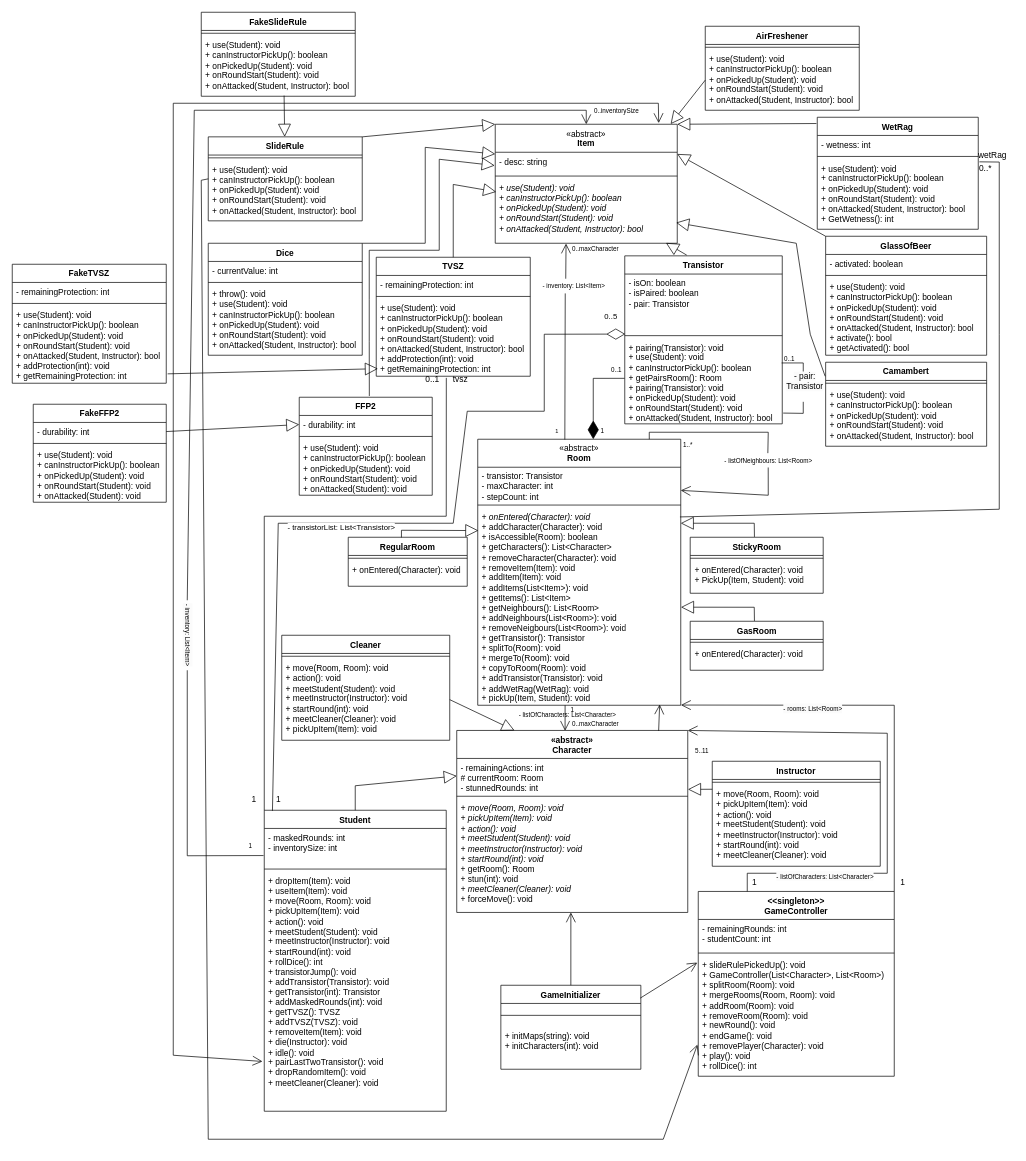
Above: Beadások/6. Beadás/Változás-Class Diagram.drawio in XanleR/U.B.R.---Projlab-2024 (draw.io), before the change. Source tidied: cells renumbered, new cells numbered last; positions are measured from the earlier drawing's top-left corner, leaving out a move shared by most shapes. Both pictures are drawn from the tidied source at 70%, with x=0, y=0 at pixel (12, 12).
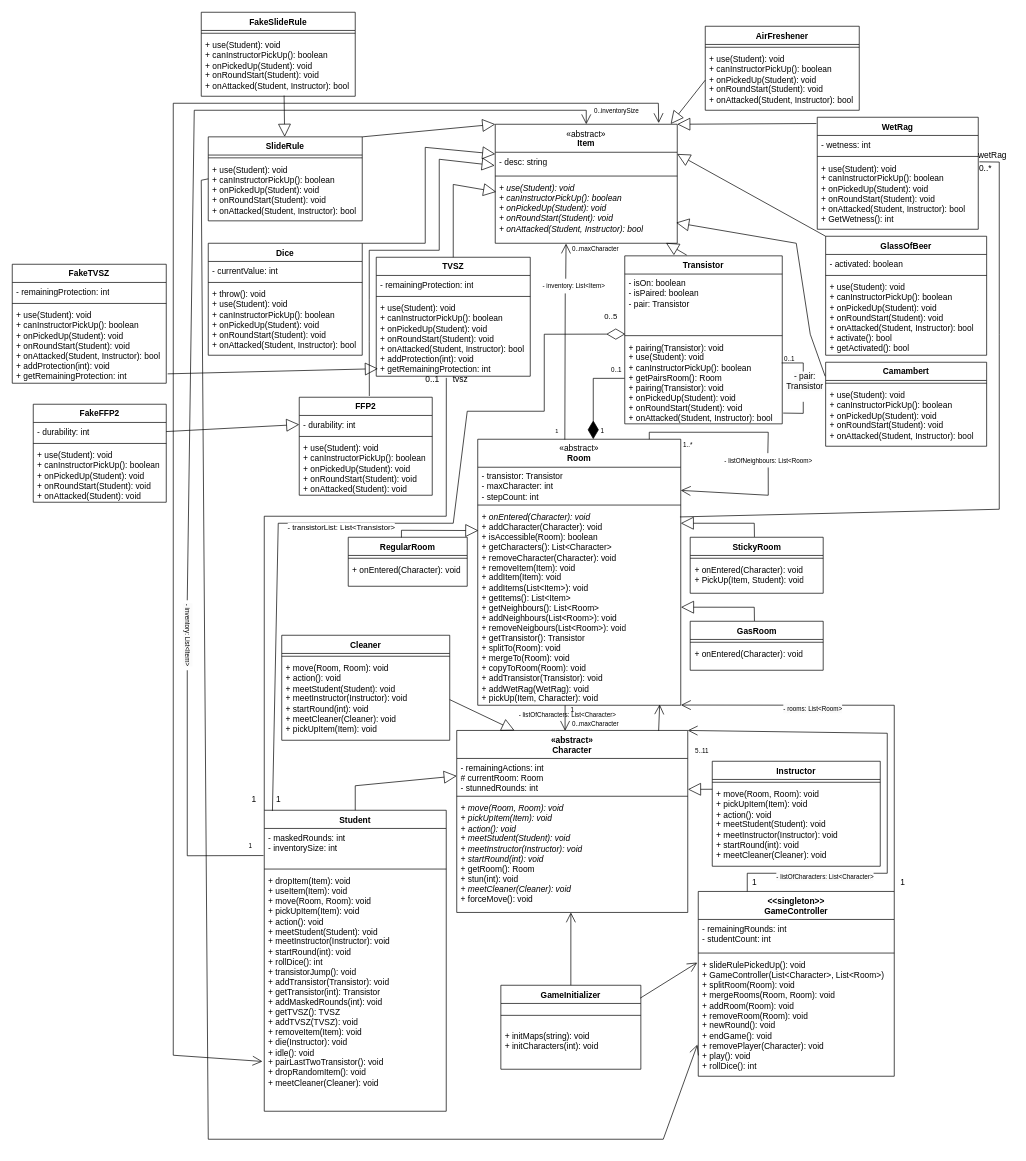
The same diagram, later.

The change refers to these unchanged cells:
```xml
<mxCell id="58" value="&lt;div&gt;&lt;span style=&quot;font-weight: 400;&quot;&gt;«abstract»&lt;/span&gt;&lt;br&gt;&lt;/div&gt;Room" style="swimlane;fontStyle=1;align=center;verticalAlign=top;horizontal=1;startSize=40;whiteSpace=wrap;html=1;" parent="1" vertex="1">
  <mxGeometry x="665" y="610" width="290" height="380" as="geometry" />
</mxCell>
```

What changed in the source:
```diff
@@
-    <mxCell id="61" value="&lt;div&gt;&lt;i style=&quot;background-color: initial;&quot;&gt;+&amp;nbsp;onEntered(Character): void&lt;/i&gt;&lt;br&gt;&lt;/div&gt;+ addCharacter(Character): void&lt;div&gt;+&lt;span style=&quot;background-color: initial; text-align: center;&quot;&gt;&amp;nbsp;isAccessible(Room): boolean&lt;/span&gt;&lt;/div&gt;&lt;div&gt;&lt;span style=&quot;background-color: initial; text-align: center;&quot;&gt;+&lt;/span&gt;&lt;span style=&quot;background-color: initial; text-align: center;&quot;&gt;&amp;nbsp;getCharacters(): List&amp;lt;Character&amp;gt;&lt;/span&gt;&lt;/div&gt;&lt;div&gt;&lt;span style=&quot;background-color: initial; text-align: center;&quot;&gt;+&lt;/span&gt;&lt;span style=&quot;background-color: initial; text-align: center;&quot;&gt;&amp;nbsp;removeCharacter(Character): void&lt;/span&gt;&lt;/div&gt;&lt;div&gt;&lt;span style=&quot;background-color: initial; text-align: center;&quot;&gt;+&amp;nbsp;&lt;/span&gt;&lt;span style=&quot;background-color: initial; text-align: center;&quot;&gt;removeItem(Item): void&lt;/span&gt;&lt;/div&gt;&lt;div&gt;&lt;span style=&quot;background-color: initial; text-align: center;&quot;&gt;+&amp;nbsp;&lt;/span&gt;&lt;span style=&quot;background-color: initial; text-align: center;&quot;&gt;addItem(Item): void&lt;/span&gt;&lt;/div&gt;&lt;div&gt;&lt;span style=&quot;background-color: initial; text-align: center;&quot;&gt;+&amp;nbsp;&lt;/span&gt;&lt;span style=&quot;background-color: initial; text-align: center;&quot;&gt;addItems(List&amp;lt;Item&amp;gt;): void&lt;/span&gt;&lt;/div&gt;&lt;div&gt;&lt;span style=&quot;background-color: initial; text-align: center;&quot;&gt;+&amp;nbsp;&lt;/span&gt;&lt;span style=&quot;background-color: initial; text-align: center;&quot;&gt;getItems(): List&amp;lt;Item&amp;gt;&lt;/span&gt;&lt;/div&gt;&lt;div&gt;&lt;span style=&quot;background-color: initial; text-align: center;&quot;&gt;+&amp;nbsp;&lt;/span&gt;&lt;span style=&quot;background-color: initial; text-align: center;&quot;&gt;getNeighbours(): List&amp;lt;Room&amp;gt;&lt;/span&gt;&lt;/div&gt;&lt;div&gt;&lt;span style=&quot;background-color: initial; text-align: center;&quot;&gt;+&amp;nbsp;&lt;/span&gt;&lt;span style=&quot;background-color: initial; text-align: center;&quot;&gt;addNeighbours(List&amp;lt;Room&amp;gt;): void&lt;/span&gt;&lt;/div&gt;&lt;div&gt;&lt;span style=&quot;background-color: initial; text-align: center;&quot;&gt;+&amp;nbsp;&lt;/span&gt;&lt;span style=&quot;background-color: initial; text-align: center;&quot;&gt;removeNeigbours(List&amp;lt;Room&amp;gt;): void&lt;/span&gt;&lt;/div&gt;&lt;div&gt;&lt;span style=&quot;background-color: initial; text-align: center;&quot;&gt;+ getTransistor(): Transistor&lt;/span&gt;&lt;/div&gt;&lt;div&gt;&lt;span style=&quot;background-color: initial; text-align: center;&quot;&gt;+ splitTo(Room): void&lt;/span&gt;&lt;/div&gt;&lt;div&gt;&lt;span style=&quot;background-color: initial; text-align: center;&quot;&gt;+ mergeTo(Room): void&lt;/span&gt;&lt;/div&gt;&lt;div&gt;&lt;span style=&quot;background-color: initial; text-align: center;&quot;&gt;+ copyToRoom(Room): void&lt;/span&gt;&lt;/div&gt;&lt;div&gt;&lt;span style=&quot;background-color: initial; text-align: center;&quot;&gt;+ addTransistor(Transistor): void&lt;/span&gt;&lt;/div&gt;&lt;div&gt;&lt;span style=&quot;background-color: initial; text-align: center;&quot;&gt;+ addWetRag(WetRag): void&lt;/span&gt;&lt;/div&gt;&lt;div&gt;&lt;span style=&quot;background-color: initial; text-align: center;&quot;&gt;+ pickUp(Item, Student): void&lt;/span&gt;&lt;/div&gt;" style="text;strokeColor=none;fillColor=none;align=left;verticalAlign=top;spacingLeft=4;spacingRight=4;overflow=hidden;points=[[0,0.5],[1,0.5]];portConstraint=eastwest;whiteSpace=wrap;html=1;" parent="58" vertex="1">
+    <mxCell id="61" value="&lt;div&gt;&lt;i style=&quot;background-color: initial;&quot;&gt;+&amp;nbsp;onEntered(Character): void&lt;/i&gt;&lt;br&gt;&lt;/div&gt;+ addCharacter(Character): void&lt;div&gt;+&lt;span style=&quot;background-color: initial; text-align: center;&quot;&gt;&amp;nbsp;isAccessible(Room): boolean&lt;/span&gt;&lt;/div&gt;&lt;div&gt;&lt;span style=&quot;background-color: initial; text-align: center;&quot;&gt;+&lt;/span&gt;&lt;span style=&quot;background-color: initial; text-align: center;&quot;&gt;&amp;nbsp;getCharacters(): List&amp;lt;Character&amp;gt;&lt;/span&gt;&lt;/div&gt;&lt;div&gt;&lt;span style=&quot;background-color: initial; text-align: center;&quot;&gt;+&lt;/span&gt;&lt;span style=&quot;background-color: initial; text-align: center;&quot;&gt;&amp;nbsp;removeCharacter(Character): void&lt;/span&gt;&lt;/div&gt;&lt;div&gt;&lt;span style=&quot;background-color: initial; text-align: center;&quot;&gt;+&amp;nbsp;&lt;/span&gt;&lt;span style=&quot;background-color: initial; text-align: center;&quot;&gt;removeItem(Item): void&lt;/span&gt;&lt;/div&gt;&lt;div&gt;&lt;span style=&quot;background-color: initial; text-align: center;&quot;&gt;+&amp;nbsp;&lt;/span&gt;&lt;span style=&quot;background-color: initial; text-align: center;&quot;&gt;addItem(Item): void&lt;/span&gt;&lt;/div&gt;&lt;div&gt;&lt;span style=&quot;background-color: initial; text-align: center;&quot;&gt;+&amp;nbsp;&lt;/span&gt;&lt;span style=&quot;background-color: initial; text-align: center;&quot;&gt;addItems(List&amp;lt;Item&amp;gt;): void&lt;/span&gt;&lt;/div&gt;&lt;div&gt;&lt;span style=&quot;background-color: initial; text-align: center;&quot;&gt;+&amp;nbsp;&lt;/span&gt;&lt;span style=&quot;background-color: initial; text-align: center;&quot;&gt;getItems(): List&amp;lt;Item&amp;gt;&lt;/span&gt;&lt;/div&gt;&lt;div&gt;&lt;span style=&quot;background-color: initial; text-align: center;&quot;&gt;+&amp;nbsp;&lt;/span&gt;&lt;span style=&quot;background-color: initial; text-align: center;&quot;&gt;getNeighbours(): List&amp;lt;Room&amp;gt;&lt;/span&gt;&lt;/div&gt;&lt;div&gt;&lt;span style=&quot;background-color: initial; text-align: center;&quot;&gt;+&amp;nbsp;&lt;/span&gt;&lt;span style=&quot;background-color: initial; text-align: center;&quot;&gt;addNeighbours(List&amp;lt;Room&amp;gt;): void&lt;/span&gt;&lt;/div&gt;&lt;div&gt;&lt;span style=&quot;background-color: initial; text-align: center;&quot;&gt;+&amp;nbsp;&lt;/span&gt;&lt;span style=&quot;background-color: initial; text-align: center;&quot;&gt;removeNeigbours(List&amp;lt;Room&amp;gt;): void&lt;/span&gt;&lt;/div&gt;&lt;div&gt;&lt;span style=&quot;background-color: initial; text-align: center;&quot;&gt;+ getTransistor(): Transistor&lt;/span&gt;&lt;/div&gt;&lt;div&gt;&lt;span style=&quot;background-color: initial; text-align: center;&quot;&gt;+ splitTo(Room): void&lt;/span&gt;&lt;/div&gt;&lt;div&gt;&lt;span style=&quot;background-color: initial; text-align: center;&quot;&gt;+ mergeTo(Room): void&lt;/span&gt;&lt;/div&gt;&lt;div&gt;&lt;span style=&quot;background-color: initial; text-align: center;&quot;&gt;+ copyToRoom(Room): void&lt;/span&gt;&lt;/div&gt;&lt;div&gt;&lt;span style=&quot;background-color: initial; text-align: center;&quot;&gt;+ addTransistor(Transistor): void&lt;/span&gt;&lt;/div&gt;&lt;div&gt;&lt;span style=&quot;background-color: initial; text-align: center;&quot;&gt;+ addWetRag(WetRag): void&lt;/span&gt;&lt;/div&gt;&lt;div&gt;&lt;span style=&quot;background-color: initial; text-align: center;&quot;&gt;+ pickUp(Item, Character): void&lt;/span&gt;&lt;/div&gt;" style="text;strokeColor=none;fillColor=none;align=left;verticalAlign=top;spacingLeft=4;spacingRight=4;overflow=hidden;points=[[0,0.5],[1,0.5]];portConstraint=eastwest;whiteSpace=wrap;html=1;" parent="58" vertex="1">
       <mxGeometry y="98" width="290" height="282" as="geometry" />
     </mxCell>
```
